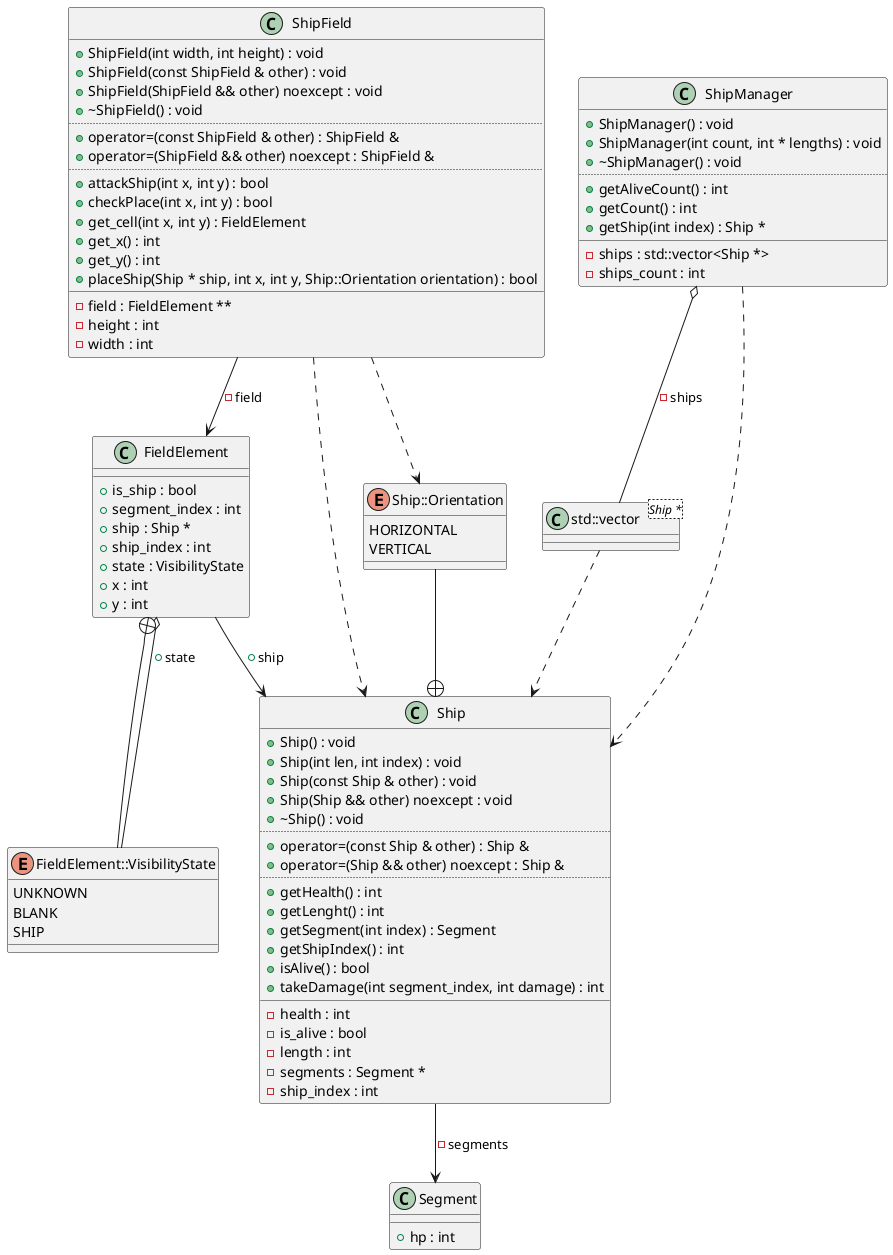
This is diagrams/Ship.png from Rennelv/ships, a PlantUML export, as it was before one commit. Its diagram source:
```plantuml
@startuml
class "Segment" as C_0004224949386065029667
class C_0004224949386065029667 {
__
+hp : int
}
class "Ship" as C_0014529657433315016423
class C_0014529657433315016423 {
+Ship() : void
+Ship(int len, int index) : void
+Ship(const Ship & other) : void
+Ship(Ship && other) noexcept : void
+~Ship() : void
..
+operator=(const Ship & other) : Ship &
+operator=(Ship && other) noexcept : Ship &
..
+getHealth() : int
+getLenght() : int
+getSegment(int index) : Segment
+getShipIndex() : int
+isAlive() : bool
+takeDamage(int segment_index, int damage) : int
__
-health : int
-is_alive : bool
-length : int
-segments : Segment *
-ship_index : int
}
enum "Ship::Orientation" as C_0015200704647938469073
enum C_0015200704647938469073 {
HORIZONTAL
VERTICAL
}
class "FieldElement" as C_0001857836874925042506
class C_0001857836874925042506 {
__
+is_ship : bool
+segment_index : int
+ship : Ship *
+ship_index : int
+state : VisibilityState
+x : int
+y : int
}
enum "FieldElement::VisibilityState" as C_0016786167066212157050
enum C_0016786167066212157050 {
UNKNOWN
BLANK
SHIP
}
class "ShipField" as C_0003843296779074973901
class C_0003843296779074973901 {
+ShipField(int width, int height) : void
+ShipField(const ShipField & other) : void
+ShipField(ShipField && other) noexcept : void
+~ShipField() : void
..
+operator=(const ShipField & other) : ShipField &
+operator=(ShipField && other) noexcept : ShipField &
..
+attackShip(int x, int y) : bool
+checkPlace(int x, int y) : bool
+get_cell(int x, int y) : FieldElement
+get_x() : int
+get_y() : int
+placeShip(Ship * ship, int x, int y, Ship::Orientation orientation) : bool
__
-field : FieldElement **
-height : int
-width : int
}
class "std::vector<Ship *>" as C_0007462257846685508834
class C_0007462257846685508834 {
__
}
class "ShipManager" as C_0017499122254539489506
class C_0017499122254539489506 {
+ShipManager() : void
+ShipManager(int count, int * lengths) : void
+~ShipManager() : void
..
+getAliveCount() : int
+getCount() : int
+getShip(int index) : Ship *
__
-ships : std::vector<Ship *>
-ships_count : int
}
C_0014529657433315016423 --> C_0004224949386065029667 : -segments
C_0015200704647938469073 --+ C_0014529657433315016423
C_0001857836874925042506 o-- C_0016786167066212157050 : +state
C_0001857836874925042506 --> C_0014529657433315016423 : +ship
C_0016786167066212157050 --+ C_0001857836874925042506
C_0003843296779074973901 ..> C_0014529657433315016423
C_0003843296779074973901 ..> C_0015200704647938469073
C_0003843296779074973901 --> C_0001857836874925042506 : -field
C_0007462257846685508834 ..> C_0014529657433315016423
C_0017499122254539489506 ..> C_0014529657433315016423
C_0017499122254539489506 o-- C_0007462257846685508834 : -ships

@enduml
```
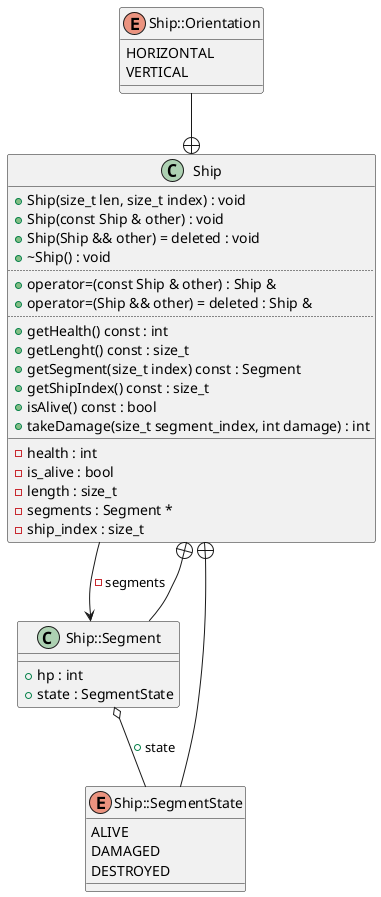
After the commit.

What changed in the source:
```diff
@@ -1,103 +1,48 @@
 @startuml
-class "Segment" as C_0004224949386065029667
-class C_0004224949386065029667 {
-__
-+hp : int
-}
 class "Ship" as C_0014529657433315016423
 class C_0014529657433315016423 {
-+Ship() : void
-+Ship(int len, int index) : void
++Ship(size_t len, size_t index) : void
 +Ship(const Ship & other) : void
-+Ship(Ship && other) noexcept : void
++Ship(Ship && other) = deleted : void
 +~Ship() : void
 ..
 +operator=(const Ship & other) : Ship &
-+operator=(Ship && other) noexcept : Ship &
++operator=(Ship && other) = deleted : Ship &
 ..
-+getHealth() : int
-+getLenght() : int
-+getSegment(int index) : Segment
-+getShipIndex() : int
-+isAlive() : bool
-+takeDamage(int segment_index, int damage) : int
++getHealth() const : int
++getLenght() const : size_t
++getSegment(size_t index) const : Segment
++getShipIndex() const : size_t
++isAlive() const : bool
++takeDamage(size_t segment_index, int damage) : int
 __
 -health : int
 -is_alive : bool
--length : int
+-length : size_t
 -segments : Segment *
--ship_index : int
+-ship_index : size_t
+}
+enum "Ship::SegmentState" as C_0016593760204207859148
+enum C_0016593760204207859148 {
+ALIVE
+DAMAGED
+DESTROYED
+}
+class "Ship::Segment" as C_0000674658759292391449
+class C_0000674658759292391449 {
+__
++hp : int
++state : SegmentState
 }
 enum "Ship::Orientation" as C_0015200704647938469073
 enum C_0015200704647938469073 {
 HORIZONTAL
 VERTICAL
 }
-class "FieldElement" as C_0001857836874925042506
-class C_0001857836874925042506 {
-__
-+is_ship : bool
-+segment_index : int
-+ship : Ship *
-+ship_index : int
-+state : VisibilityState
-+x : int
-+y : int
-}
-enum "FieldElement::VisibilityState" as C_0016786167066212157050
-enum C_0016786167066212157050 {
-UNKNOWN
-BLANK
-SHIP
-}
-class "ShipField" as C_0003843296779074973901
-class C_0003843296779074973901 {
-+ShipField(int width, int height) : void
-+ShipField(const ShipField & other) : void
-+ShipField(ShipField && other) noexcept : void
-+~ShipField() : void
-..
-+operator=(const ShipField & other) : ShipField &
-+operator=(ShipField && other) noexcept : ShipField &
-..
-+attackShip(int x, int y) : bool
-+checkPlace(int x, int y) : bool
-+get_cell(int x, int y) : FieldElement
-+get_x() : int
-+get_y() : int
-+placeShip(Ship * ship, int x, int y, Ship::Orientation orientation) : bool
-__
--field : FieldElement **
--height : int
--width : int
-}
-class "std::vector<Ship *>" as C_0007462257846685508834
-class C_0007462257846685508834 {
-__
-}
-class "ShipManager" as C_0017499122254539489506
-class C_0017499122254539489506 {
-+ShipManager() : void
-+ShipManager(int count, int * lengths) : void
-+~ShipManager() : void
-..
-+getAliveCount() : int
-+getCount() : int
-+getShip(int index) : Ship *
-__
--ships : std::vector<Ship *>
--ships_count : int
-}
-C_0014529657433315016423 --> C_0004224949386065029667 : -segments
+C_0014529657433315016423 --> C_0000674658759292391449 : -segments
+C_0016593760204207859148 --+ C_0014529657433315016423
+C_0000674658759292391449 --+ C_0014529657433315016423
+C_0000674658759292391449 o-- C_0016593760204207859148 : +state
 C_0015200704647938469073 --+ C_0014529657433315016423
-C_0001857836874925042506 o-- C_0016786167066212157050 : +state
-C_0001857836874925042506 --> C_0014529657433315016423 : +ship
-C_0016786167066212157050 --+ C_0001857836874925042506
-C_0003843296779074973901 ..> C_0014529657433315016423
-C_0003843296779074973901 ..> C_0015200704647938469073
-C_0003843296779074973901 --> C_0001857836874925042506 : -field
-C_0007462257846685508834 ..> C_0014529657433315016423
-C_0017499122254539489506 ..> C_0014529657433315016423
-C_0017499122254539489506 o-- C_0007462257846685508834 : -ships
 
 @enduml
```
